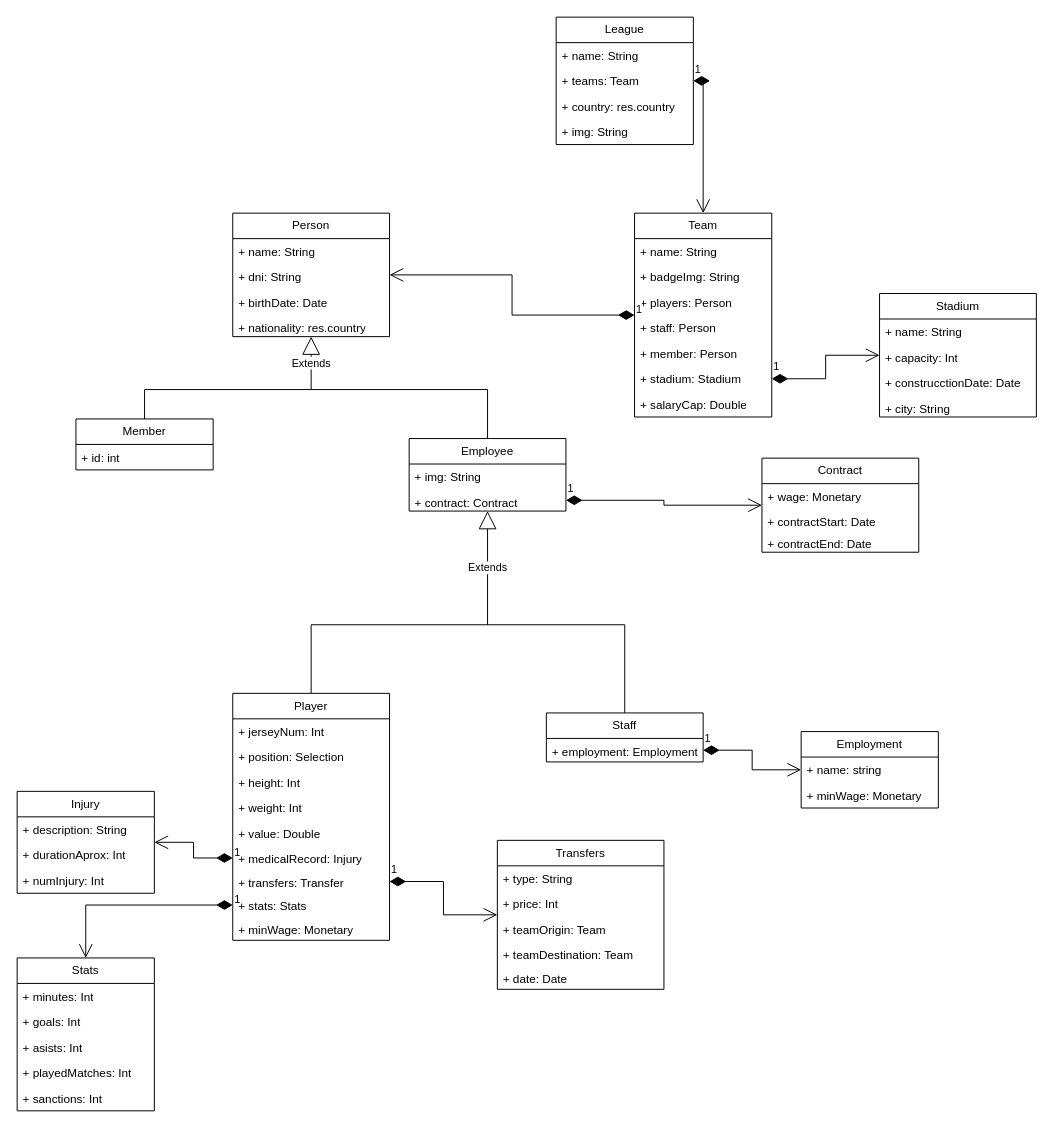
Above: UML/UML-League-en.drawio in Arrcturus/laliga-odoo (draw.io), before the change. Source tidied: cells renumbered, new cells numbered last; positions are measured from the earlier drawing's top-left corner, leaving out a move shared by most shapes. Both pictures are drawn from the tidied source at 98%, with x=0, y=0 at pixel (17, 17).
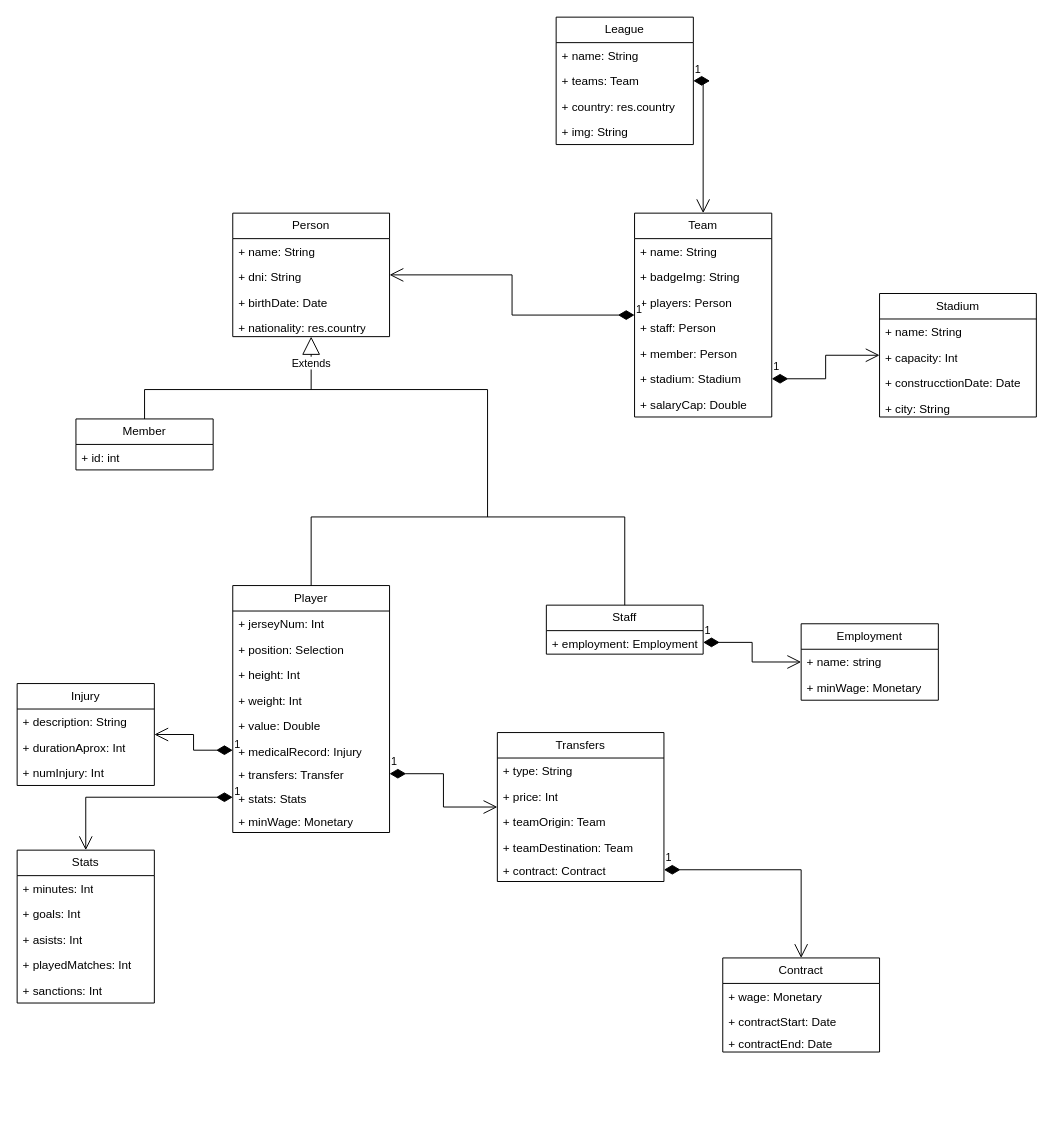
The same page after the edit.

What changed in the source:
```diff
@@
-    <mxCell id="8" value="Employee" style="swimlane;fontStyle=0;horizontal=1;startSize=26;fillColor=none;whiteSpace=wrap;html=1;" parent="1" vertex="1">
-      <mxGeometry x="400" y="430" width="160" height="74" as="geometry" />
-    </mxCell>
-    <mxCell id="9" value="+ img: String" style="text;strokeColor=none;fillColor=none;align=left;verticalAlign=top;spacingLeft=4;spacingRight=4;overflow=hidden;whiteSpace=wrap;html=1;" parent="8" vertex="1">
-      <mxGeometry y="26" width="160" height="26" as="geometry" />
-    </mxCell>
-    <mxCell id="10" value="+ contract: Contract" style="text;strokeColor=none;fillColor=none;align=left;verticalAlign=top;spacingLeft=4;spacingRight=4;overflow=hidden;points=[[0,0.5],[1,0.5]];portConstraint=eastwest;whiteSpace=wrap;html=1;" parent="8" vertex="1">
-      <mxGeometry y="52" width="160" height="22" as="geometry" />
-    </mxCell>
@@
-    <mxCell id="14" style="endArrow=none;html=1;rounded=0;entryX=0.5;entryY=0;entryDx=0;entryDy=0;" parent="1" edge="1" target="8">
+    <mxCell id="14" style="endArrow=none;html=1;rounded=0;" parent="1" edge="1">
       <mxGeometry relative="1" as="geometry">
         <mxPoint x="480" y="380" as="sourcePoint" />
+        <mxPoint x="480" y="510" as="targetPoint" />
       </mxGeometry>
     </mxCell>
@@
     <mxCell id="16" value="Employment" style="swimlane;fontStyle=0;horizontal=1;startSize=26;fillColor=none;whiteSpace=wrap;html=1;" parent="1" vertex="1">
-      <mxGeometry x="800" y="729" width="140" height="78" as="geometry" />
+      <mxGeometry x="800" y="619" width="140" height="78" as="geometry" />
     </mxCell>
@@
-    <mxCell id="19" value="Extends" style="endArrow=block;endSize=16;endFill=0;html=1;rounded=0;" parent="1" edge="1" target="8">
-      <mxGeometry relative="1" as="geometry">
-        <mxPoint x="480" y="620" as="sourcePoint" />
-      </mxGeometry>
-    </mxCell>
     <mxCell id="20" value="Player" style="swimlane;fontStyle=0;horizontal=1;startSize=26;fillColor=none;whiteSpace=wrap;html=1;" parent="1" vertex="1">
-      <mxGeometry x="220" y="690" width="160" height="252" as="geometry" />
+      <mxGeometry x="220" y="580" width="160" height="252" as="geometry" />
     </mxCell>
@@
     <mxCell id="30" value="Staff" style="swimlane;fontStyle=0;horizontal=1;startSize=26;fillColor=none;whiteSpace=wrap;html=1;" parent="1" vertex="1">
-      <mxGeometry x="540" y="710" width="160" height="50" as="geometry" />
+      <mxGeometry x="540" y="600" width="160" height="50" as="geometry" />
     </mxCell>
@@
     <mxCell id="32" style="endArrow=none;html=1;rounded=0;exitX=0.5;exitY=0;exitDx=0;exitDy=0;" parent="1" edge="1" source="20">
       <mxGeometry relative="1" as="geometry">
-        <mxPoint x="300" y="620" as="targetPoint" />
+        <mxPoint x="300" y="510" as="targetPoint" />
       </mxGeometry>
     </mxCell>
     <mxCell id="33" style="endArrow=none;html=1;rounded=0;exitX=0.5;exitY=0;exitDx=0;exitDy=0;" parent="1" edge="1" source="30">
       <mxGeometry relative="1" as="geometry">
-        <mxPoint x="620" y="620" as="targetPoint" />
+        <mxPoint x="620" y="510" as="targetPoint" />
       </mxGeometry>
     </mxCell>
     <mxCell id="34" style="endArrow=none;html=1;rounded=0;" parent="1" edge="1">
       <mxGeometry relative="1" as="geometry">
-        <mxPoint x="300" y="620" as="sourcePoint" />
-        <mxPoint x="620" y="620" as="targetPoint" />
+        <mxPoint x="300" y="510" as="sourcePoint" />
+        <mxPoint x="620" y="510" as="targetPoint" />
       </mxGeometry>
     </mxCell>
     <mxCell id="35" value="Injury" style="swimlane;fontStyle=0;horizontal=1;startSize=26;fillColor=none;whiteSpace=wrap;html=1;" parent="1" vertex="1">
-      <mxGeometry y="790" width="140" height="104" as="geometry" />
+      <mxGeometry y="680" width="140" height="104" as="geometry" />
     </mxCell>
@@
     <mxCell id="40" value="Stats" style="swimlane;fontStyle=0;horizontal=1;startSize=26;fillColor=none;whiteSpace=wrap;html=1;" parent="1" vertex="1">
-      <mxGeometry y="960" width="140" height="156" as="geometry" />
+      <mxGeometry y="850" width="140" height="156" as="geometry" />
     </mxCell>
@@
     <mxCell id="69" value="Transfers" style="swimlane;fontStyle=0;horizontal=1;startSize=26;fillColor=none;whiteSpace=wrap;html=1;" parent="1" vertex="1">
-      <mxGeometry x="490" y="840" width="170" height="152" as="geometry" />
+      <mxGeometry x="490" y="730" width="170" height="152" as="geometry" />
     </mxCell>
@@
-    <mxCell id="74" value="+ date: Date" style="text;strokeColor=none;fillColor=none;align=left;verticalAlign=top;spacingLeft=4;spacingRight=4;overflow=hidden;points=[[0,0.5],[1,0.5]];portConstraint=eastwest;whiteSpace=wrap;html=1;" parent="69" vertex="1">
+    <mxCell id="74" value="+ contract: Contract" style="text;strokeColor=none;fillColor=none;align=left;verticalAlign=top;spacingLeft=4;spacingRight=4;overflow=hidden;points=[[0,0.5],[1,0.5]];portConstraint=eastwest;whiteSpace=wrap;html=1;" parent="69" vertex="1">
       <mxGeometry y="128" width="170" height="24" as="geometry" />
     </mxCell>
@@
     <mxCell id="76" value="Contract" style="swimlane;fontStyle=0;horizontal=1;startSize=26;fillColor=none;whiteSpace=wrap;html=1;" parent="1" vertex="1">
-      <mxGeometry x="760" y="450" width="160" height="96" as="geometry" />
+      <mxGeometry x="720" y="960" width="160" height="96" as="geometry" />
     </mxCell>
@@
-    <mxCell id="80" value="1" style="endArrow=open;html=1;endSize=12;startArrow=diamondThin;startSize=14;startFill=1;edgeStyle=orthogonalEdgeStyle;align=left;verticalAlign=bottom;rounded=0;" parent="1" edge="1" source="10" target="76">
+    <mxCell id="80" value="1" style="endArrow=open;html=1;endSize=12;startArrow=diamondThin;startSize=14;startFill=1;edgeStyle=orthogonalEdgeStyle;align=left;verticalAlign=bottom;rounded=0;" parent="1" edge="1" source="74" target="76">
       <mxGeometry x="-1" y="3" relative="1" as="geometry" />
     </mxCell>
```
